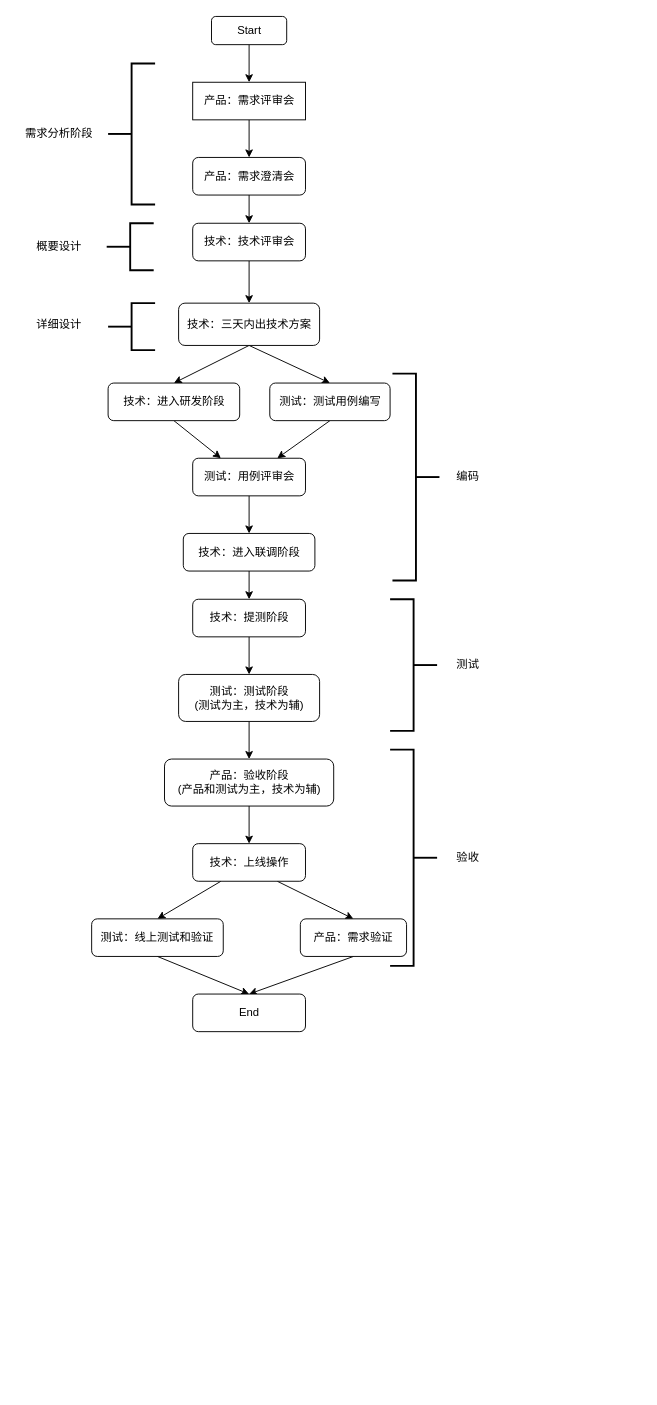
liu12fei08fei/draw-io keeps this draw.io diagram as 研发迭代流程图.drawio. Above is the earlier version. Source tidied: cells renumbered, new cells numbered last; positions are measured from the earlier drawing's top-left corner, leaving out a move shared by most shapes. Both pictures are drawn from the tidied source at 94%, with x=0, y=0 at pixel (16, 16).
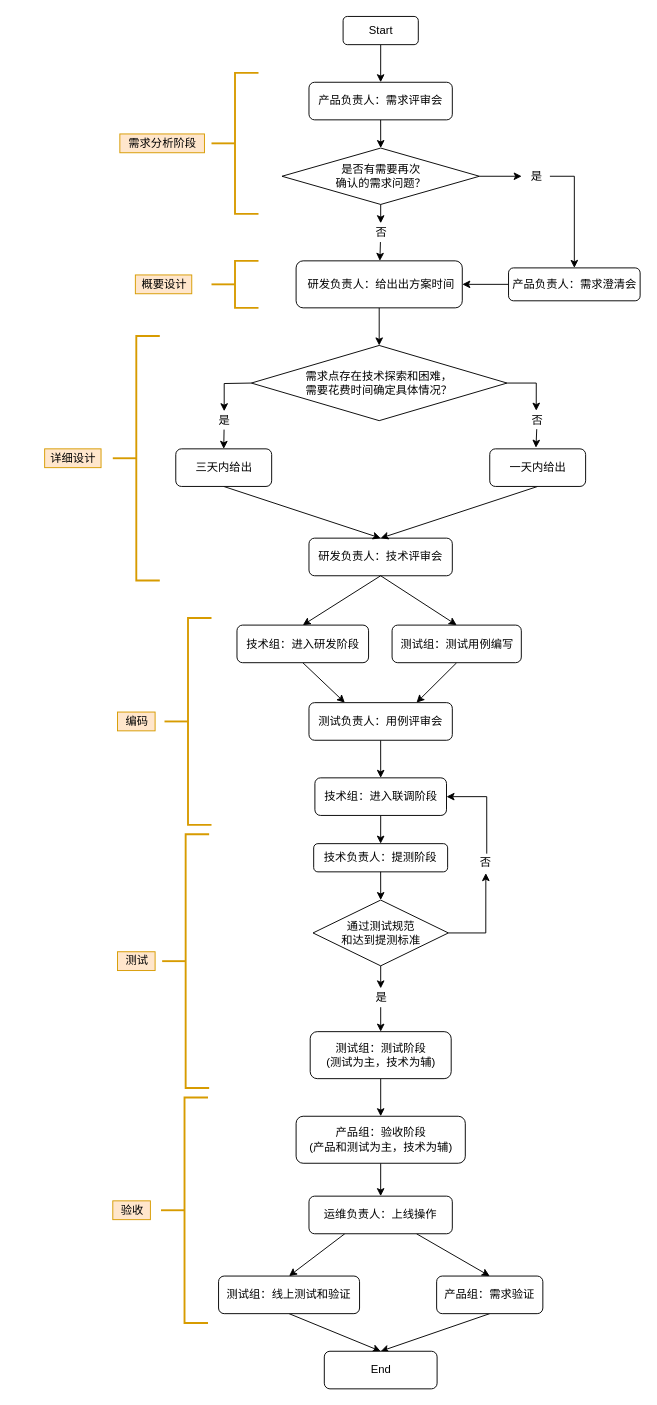
Above is the later version.

Commit message:
更新研发迭代流程图.drawio

The edit, as a diff of the source:
```diff
@@
     <mxCell id="3" value="Start" style="rounded=1;whiteSpace=wrap;html=1;" parent="1" vertex="1">
-      <mxGeometry x="207.5" width="80" height="30" as="geometry" />
+      <mxGeometry x="347.5" width="80" height="30" as="geometry" />
     </mxCell>
-    <mxCell id="4" style="edgeStyle=orthogonalEdgeStyle;rounded=0;jettySize=auto;html=1;exitX=0.5;exitY=1;exitDx=0;exitDy=0;entryX=0.5;entryY=0;entryDx=0;entryDy=0;" parent="1" edge="1" source="5" target="7">
-      <mxGeometry relative="1" as="geometry" />
-    </mxCell>
+    <mxCell id="47" style="rounded=0;jettySize=auto;html=1;exitX=0.5;exitY=1;exitDx=0;exitDy=0;entryX=0.5;entryY=0;entryDx=0;entryDy=0;" parent="1" edge="1" source="5" target="51">
+      <mxGeometry relative="1" as="geometry" />
+    </mxCell>
-    <mxCell id="5" value="产品：需求评审会" style="rounded=0;whiteSpace=wrap;html=1;" parent="1" vertex="1">
-      <mxGeometry x="187.5" y="70" width="120" height="40" as="geometry" />
+    <mxCell id="5" value="产品负责人：需求评审会" style="rounded=1;whiteSpace=wrap;html=1;" parent="1" vertex="1">
+      <mxGeometry x="311.2" y="70" width="152.5" height="40" as="geometry" />
     </mxCell>
-    <mxCell id="6" style="edgeStyle=orthogonalEdgeStyle;rounded=0;jettySize=auto;html=1;exitX=0.5;exitY=1;exitDx=0;exitDy=0;entryX=0.5;entryY=0;entryDx=0;entryDy=0;" parent="1" edge="1" source="7" target="9">
-      <mxGeometry relative="1" as="geometry" />
-    </mxCell>
+    <mxCell id="48" style="edgeStyle=none;rounded=0;jettySize=auto;html=1;exitX=0;exitY=0.5;exitDx=0;exitDy=0;entryX=1;entryY=0.5;entryDx=0;entryDy=0;" parent="1" edge="1" source="7" target="53">
+      <mxGeometry relative="1" as="geometry" />
+    </mxCell>
-    <mxCell id="7" value="产品：需求澄清会" style="rounded=1;whiteSpace=wrap;html=1;" parent="1" vertex="1">
-      <mxGeometry x="187.5" y="150" width="120" height="40" as="geometry" />
+    <mxCell id="7" value="产品负责人：需求澄清会" style="rounded=1;whiteSpace=wrap;html=1;" parent="1" vertex="1">
+      <mxGeometry x="523.5" y="267.5" width="140" height="35" as="geometry" />
     </mxCell>
-    <mxCell id="8" style="edgeStyle=orthogonalEdgeStyle;rounded=0;jettySize=auto;html=1;exitX=0.5;exitY=1;exitDx=0;exitDy=0;entryX=0.5;entryY=0;entryDx=0;entryDy=0;" parent="1" edge="1" source="9" target="12">
-      <mxGeometry relative="1" as="geometry" />
-    </mxCell>
-    <mxCell id="9" value="技术：技术评审会" style="rounded=1;whiteSpace=wrap;html=1;" parent="1" vertex="1">
-      <mxGeometry x="187.5" y="220" width="120" height="40" as="geometry" />
+    <mxCell id="9" value="研发负责人：技术评审会" style="rounded=1;whiteSpace=wrap;html=1;" parent="1" vertex="1">
+      <mxGeometry x="311.2" y="555" width="152.5" height="40" as="geometry" />
     </mxCell>
-    <mxCell id="10" style="rounded=0;jettySize=auto;html=1;exitX=0.5;exitY=1;exitDx=0;exitDy=0;entryX=0.5;entryY=0;entryDx=0;entryDy=0;" parent="1" edge="1" source="12" target="14">
+    <mxCell id="10" style="rounded=0;jettySize=auto;html=1;exitX=0.5;exitY=1;exitDx=0;exitDy=0;entryX=0.5;entryY=0;entryDx=0;entryDy=0;" parent="1" edge="1" source="9" target="14">
       <mxGeometry relative="1" as="geometry" />
     </mxCell>
-    <mxCell id="11" style="edgeStyle=none;rounded=0;jettySize=auto;html=1;exitX=0.5;exitY=1;exitDx=0;exitDy=0;entryX=0.5;entryY=0;entryDx=0;entryDy=0;" parent="1" edge="1" source="12" target="16">
+    <mxCell id="11" style="edgeStyle=none;rounded=0;jettySize=auto;html=1;exitX=0.5;exitY=1;exitDx=0;exitDy=0;entryX=0.5;entryY=0;entryDx=0;entryDy=0;" parent="1" edge="1" source="9" target="16">
       <mxGeometry relative="1" as="geometry" />
     </mxCell>
-    <mxCell id="12" value="技术：三天内出技术方案" style="rounded=1;whiteSpace=wrap;html=1;" parent="1" vertex="1">
-      <mxGeometry x="172.5" y="305" width="150" height="45" as="geometry" />
-    </mxCell>
@@
-    <mxCell id="14" value="技术：进入研发阶段" style="rounded=1;whiteSpace=wrap;html=1;" parent="1" vertex="1">
-      <mxGeometry x="97.5" y="390" width="140" height="40" as="geometry" />
+    <mxCell id="14" value="技术组：进入研发阶段" style="rounded=1;whiteSpace=wrap;html=1;" parent="1" vertex="1">
+      <mxGeometry x="234.6" y="647.5" width="140" height="40" as="geometry" />
     </mxCell>
@@
-    <mxCell id="16" value="测试：测试用例编写" style="rounded=1;whiteSpace=wrap;html=1;" parent="1" vertex="1">
-      <mxGeometry x="269.5" y="390" width="128" height="40" as="geometry" />
+    <mxCell id="16" value="测试组：测试用例编写" style="rounded=1;whiteSpace=wrap;html=1;" parent="1" vertex="1">
+      <mxGeometry x="399.6" y="647.5" width="137.5" height="40" as="geometry" />
     </mxCell>
@@
-    <mxCell id="18" value="测试：用例评审会" style="rounded=1;whiteSpace=wrap;html=1;" parent="1" vertex="1">
-      <mxGeometry x="187.5" y="470" width="120" height="40" as="geometry" />
+    <mxCell id="18" value="测试负责人：用例评审会" style="rounded=1;whiteSpace=wrap;html=1;" parent="1" vertex="1">
+      <mxGeometry x="311.2" y="730" width="152.5" height="40" as="geometry" />
     </mxCell>
@@
-    <mxCell id="20" value="技术：进入联调阶段" style="rounded=1;whiteSpace=wrap;html=1;" parent="1" vertex="1">
-      <mxGeometry x="177.5" y="550" width="140" height="40" as="geometry" />
+    <mxCell id="20" value="技术组：进入联调阶段" style="rounded=1;whiteSpace=wrap;html=1;" parent="1" vertex="1">
+      <mxGeometry x="317.5" y="810" width="140" height="40" as="geometry" />
     </mxCell>
-    <mxCell id="21" style="edgeStyle=none;rounded=0;jettySize=auto;html=1;exitX=0.5;exitY=1;exitDx=0;exitDy=0;entryX=0.5;entryY=0;entryDx=0;entryDy=0;" parent="1" edge="1" source="22" target="24">
+    <mxCell id="21" style="edgeStyle=none;rounded=0;jettySize=auto;html=1;exitX=0.5;exitY=1;exitDx=0;exitDy=0;entryX=0.5;entryY=0;entryDx=0;entryDy=0;" parent="1" edge="1" source="73" target="24">
       <mxGeometry relative="1" as="geometry" />
     </mxCell>
-    <mxCell id="22" value="技术：提测阶段" style="rounded=1;whiteSpace=wrap;html=1;" parent="1" vertex="1">
-      <mxGeometry x="187.5" y="620" width="120" height="40" as="geometry" />
+    <mxCell id="22" value="技术负责人：提测阶段" style="rounded=1;whiteSpace=wrap;html=1;" parent="1" vertex="1">
+      <mxGeometry x="316.2" y="880" width="142.5" height="30" as="geometry" />
     </mxCell>
@@
-    <mxCell id="24" value="测试：测试阶段&lt;br&gt;(测试为主，技术为辅)" style="rounded=1;whiteSpace=wrap;html=1;" parent="1" vertex="1">
-      <mxGeometry x="172.5" y="700" width="150" height="50" as="geometry" />
+    <mxCell id="24" value="测试组：测试阶段&lt;br&gt;(测试为主，技术为辅)" style="rounded=1;whiteSpace=wrap;html=1;" parent="1" vertex="1">
+      <mxGeometry x="312.5" y="1080" width="150" height="50" as="geometry" />
     </mxCell>
@@
-    <mxCell id="26" value="产品：验收阶段&lt;br&gt;(产品和测试为主，技术为辅)" style="rounded=1;whiteSpace=wrap;html=1;" parent="1" vertex="1">
-      <mxGeometry x="157.5" y="790" width="180" height="50" as="geometry" />
+    <mxCell id="26" value="产品组：验收阶段&lt;br&gt;(产品和测试为主，技术为辅)" style="rounded=1;whiteSpace=wrap;html=1;" parent="1" vertex="1">
+      <mxGeometry x="297.5" y="1170" width="180" height="50" as="geometry" />
     </mxCell>
@@
-    <mxCell id="29" value="技术：上线操作" style="rounded=1;whiteSpace=wrap;html=1;" parent="1" vertex="1">
-      <mxGeometry x="187.5" y="880" width="120" height="40" as="geometry" />
+    <mxCell id="29" value="运维负责人：上线操作" style="rounded=1;whiteSpace=wrap;html=1;" parent="1" vertex="1">
+      <mxGeometry x="311.2" y="1255" width="152.5" height="40" as="geometry" />
     </mxCell>
@@
-    <mxCell id="31" value="测试：线上测试和验证" style="rounded=1;whiteSpace=wrap;html=1;" parent="1" vertex="1">
-      <mxGeometry x="80" y="960" width="140" height="40" as="geometry" />
+    <mxCell id="31" value="测试组：线上测试和验证" style="rounded=1;whiteSpace=wrap;html=1;" parent="1" vertex="1">
+      <mxGeometry x="215" y="1340" width="150" height="40" as="geometry" />
     </mxCell>
     <mxCell id="32" style="edgeStyle=none;rounded=0;jettySize=auto;html=1;exitX=0.5;exitY=1;exitDx=0;exitDy=0;" parent="1" edge="1" source="33">
       <mxGeometry relative="1" as="geometry">
-        <mxPoint x="247.5" y="1040" as="targetPoint" />
+        <mxPoint x="387.5" y="1420" as="targetPoint" />
       </mxGeometry>
     </mxCell>
-    <mxCell id="33" value="产品：需求验证" style="rounded=1;whiteSpace=wrap;html=1;" parent="1" vertex="1">
-      <mxGeometry x="302" y="960" width="113" height="40" as="geometry" />
+    <mxCell id="33" value="产品组：需求验证" style="rounded=1;whiteSpace=wrap;html=1;" parent="1" vertex="1">
+      <mxGeometry x="447" y="1340" width="113" height="40" as="geometry" />
     </mxCell>
     <mxCell id="34" value="End" style="rounded=1;whiteSpace=wrap;html=1;" parent="1" vertex="1">
-      <mxGeometry x="187.5" y="1040" width="120" height="40" as="geometry" />
+      <mxGeometry x="327.5" y="1420" width="120" height="40" as="geometry" />
     </mxCell>
-    <mxCell id="35" style="strokeWidth=2;html=1;shape=mxgraph.flowchart.annotation_2;align=left;labelPosition=right;" parent="1" vertex="1">
-      <mxGeometry x="97.5" y="50" width="50" height="150" as="geometry" />
+    <mxCell id="35" style="strokeWidth=2;html=1;shape=mxgraph.flowchart.annotation_2;align=left;labelPosition=right;fillColor=#ffe6cc;strokeColor=#d79b00;" parent="1" vertex="1">
+      <mxGeometry x="207.5" y="60" width="50" height="150" as="geometry" />
     </mxCell>
-    <mxCell id="36" value="需求分析阶段" style="text;html=1;align=center;verticalAlign=middle;" parent="1" vertex="1">
-      <mxGeometry y="115" width="90" height="20" as="geometry" />
+    <mxCell id="36" value="需求分析阶段" style="text;html=1;align=center;verticalAlign=middle;fillColor=#ffe6cc;strokeColor=#d79b00;" parent="1" vertex="1">
+      <mxGeometry x="110" y="125" width="90" height="20" as="geometry" />
     </mxCell>
-    <mxCell id="37" style="strokeWidth=2;html=1;shape=mxgraph.flowchart.annotation_2;align=left;labelPosition=right;" parent="1" vertex="1">
-      <mxGeometry x="96" y="220" width="50" height="50" as="geometry" />
+    <mxCell id="37" style="strokeWidth=2;html=1;shape=mxgraph.flowchart.annotation_2;align=left;labelPosition=right;fillColor=#ffe6cc;strokeColor=#d79b00;" parent="1" vertex="1">
+      <mxGeometry x="207.5" y="260" width="50" height="50" as="geometry" />
     </mxCell>
-    <mxCell id="38" value="概要设计" style="text;html=1;align=center;verticalAlign=middle;" parent="1" vertex="1">
-      <mxGeometry x="15" y="235" width="60" height="20" as="geometry" />
+    <mxCell id="38" value="概要设计" style="text;html=1;align=center;verticalAlign=middle;fillColor=#ffe6cc;strokeColor=#d79b00;" parent="1" vertex="1">
+      <mxGeometry x="126.5" y="275" width="60" height="20" as="geometry" />
     </mxCell>
-    <mxCell id="39" style="strokeWidth=2;html=1;shape=mxgraph.flowchart.annotation_2;align=left;labelPosition=right;rotation=-180;" parent="1" vertex="1">
-      <mxGeometry x="400" y="380" width="50" height="220" as="geometry" />
-    </mxCell>
-    <mxCell id="40" style="strokeWidth=2;html=1;shape=mxgraph.flowchart.annotation_2;align=left;labelPosition=right;" parent="1" vertex="1">
-      <mxGeometry x="97.5" y="305" width="50" height="50" as="geometry" />
+    <mxCell id="40" style="strokeWidth=2;html=1;shape=mxgraph.flowchart.annotation_2;align=left;labelPosition=right;fillColor=#ffe6cc;strokeColor=#d79b00;" parent="1" vertex="1">
+      <mxGeometry x="102.5" y="340" width="50" height="260" as="geometry" />
     </mxCell>
-    <mxCell id="41" value="详细设计" style="text;html=1;align=center;verticalAlign=middle;" parent="1" vertex="1">
-      <mxGeometry x="15" y="317.5" width="60" height="20" as="geometry" />
+    <mxCell id="41" value="详细设计" style="text;html=1;align=center;verticalAlign=middle;fillColor=#ffe6cc;strokeColor=#d79b00;" parent="1" vertex="1">
+      <mxGeometry x="30" y="460" width="60" height="20" as="geometry" />
     </mxCell>
+    <mxCell id="49" style="edgeStyle=none;rounded=0;jettySize=auto;html=1;" parent="1" edge="1" source="61" target="53">
+      <mxGeometry relative="1" as="geometry" />
+    </mxCell>
+    <mxCell id="50" style="edgeStyle=orthogonalEdgeStyle;rounded=0;jettySize=auto;html=1;exitX=1;exitY=0.5;exitDx=0;exitDy=0;entryX=0.5;entryY=0;entryDx=0;entryDy=0;" parent="1" edge="1" source="63" target="7">
+      <mxGeometry relative="1" as="geometry" />
+    </mxCell>
+    <mxCell id="51" value="是否有需要再次&lt;br&gt;确认的需求问题？" style="rhombus;whiteSpace=wrap;html=1;" parent="1" vertex="1">
+      <mxGeometry x="282.5" y="140" width="210" height="60" as="geometry" />
+    </mxCell>
+    <mxCell id="52" style="edgeStyle=none;rounded=0;jettySize=auto;html=1;exitX=0.5;exitY=1;exitDx=0;exitDy=0;entryX=0.5;entryY=0;entryDx=0;entryDy=0;" parent="1" edge="1" source="53" target="56">
+      <mxGeometry relative="1" as="geometry" />
+    </mxCell>
+    <mxCell id="53" value="&amp;nbsp;研发负责人：给出出方案时间" style="rounded=1;whiteSpace=wrap;html=1;" parent="1" vertex="1">
+      <mxGeometry x="297.5" y="260" width="176.8" height="50" as="geometry" />
+    </mxCell>
+    <mxCell id="54" style="edgeStyle=none;rounded=0;jettySize=auto;html=1;exitX=0.496;exitY=0.976;exitDx=0;exitDy=0;entryX=0.5;entryY=0;entryDx=0;entryDy=0;exitPerimeter=0;" parent="1" edge="1" source="65" target="58">
+      <mxGeometry relative="1" as="geometry" />
+    </mxCell>
+    <mxCell id="55" style="rounded=0;jettySize=auto;html=1;exitX=0.5;exitY=0.952;exitDx=0;exitDy=0;entryX=0.482;entryY=-0.03;entryDx=0;entryDy=0;entryPerimeter=0;exitPerimeter=0;" parent="1" edge="1" source="67" target="60">
+      <mxGeometry relative="1" as="geometry" />
+    </mxCell>
+    <mxCell id="56" value="需求点存在技术探索和困难，&lt;br&gt;需要花费时间确定具体情况？" style="rhombus;whiteSpace=wrap;html=1;" parent="1" vertex="1">
+      <mxGeometry x="249.9" y="350" width="272" height="80" as="geometry" />
+    </mxCell>
+    <mxCell id="57" style="edgeStyle=none;rounded=0;jettySize=auto;html=1;exitX=0.5;exitY=1;exitDx=0;exitDy=0;entryX=0.5;entryY=0;entryDx=0;entryDy=0;" parent="1" edge="1" source="58" target="9">
+      <mxGeometry relative="1" as="geometry" />
+    </mxCell>
+    <mxCell id="58" value="三天内给出" style="rounded=1;whiteSpace=wrap;html=1;" parent="1" vertex="1">
+      <mxGeometry x="169.5" y="460" width="102" height="40" as="geometry" />
+    </mxCell>
+    <mxCell id="59" style="edgeStyle=none;rounded=0;jettySize=auto;html=1;exitX=0.5;exitY=1;exitDx=0;exitDy=0;entryX=0.5;entryY=0;entryDx=0;entryDy=0;" parent="1" edge="1" source="60" target="9">
+      <mxGeometry relative="1" as="geometry" />
+    </mxCell>
+    <mxCell id="60" value="一天内给出" style="rounded=1;whiteSpace=wrap;html=1;" parent="1" vertex="1">
+      <mxGeometry x="503.5" y="460" width="102" height="40" as="geometry" />
+    </mxCell>
+    <mxCell id="61" value="否" style="text;html=1;align=center;verticalAlign=middle;points=[];" parent="1" vertex="1">
+      <mxGeometry x="372.5" y="220" width="30" height="20" as="geometry" />
+    </mxCell>
+    <mxCell id="62" style="edgeStyle=none;rounded=0;jettySize=auto;html=1;exitX=0.5;exitY=1;exitDx=0;exitDy=0;" parent="1" edge="1" source="51" target="61">
+      <mxGeometry relative="1" as="geometry" />
+    </mxCell>
+    <mxCell id="63" value="是" style="text;html=1;align=center;verticalAlign=middle;points=[];" parent="1" vertex="1">
+      <mxGeometry x="537.5" y="160" width="30" height="20" as="geometry" />
+    </mxCell>
+    <mxCell id="64" style="rounded=0;jettySize=auto;html=1;exitX=1;exitY=0.5;exitDx=0;exitDy=0;" parent="1" edge="1" source="51" target="63">
+      <mxGeometry relative="1" as="geometry" />
+    </mxCell>
+    <mxCell id="65" value="是" style="text;html=1;align=center;verticalAlign=middle;points=[];" parent="1" vertex="1">
+      <mxGeometry x="206" y="420" width="30" height="20" as="geometry" />
+    </mxCell>
+    <mxCell id="66" style="edgeStyle=orthogonalEdgeStyle;rounded=0;jettySize=auto;html=1;entryX=0.5;entryY=0;entryDx=0;entryDy=0;" parent="1" edge="1" target="65">
+      <mxGeometry relative="1" as="geometry">
+        <mxPoint x="250" y="390" as="sourcePoint" />
+      </mxGeometry>
+    </mxCell>
+    <mxCell id="67" value="否" style="text;html=1;align=center;verticalAlign=middle;points=[];" parent="1" vertex="1">
+      <mxGeometry x="538.5" y="420" width="30" height="20" as="geometry" />
+    </mxCell>
+    <mxCell id="68" style="edgeStyle=orthogonalEdgeStyle;rounded=0;jettySize=auto;html=1;exitX=1;exitY=0.5;exitDx=0;exitDy=0;entryX=0.482;entryY=-0.03;entryDx=0;entryDy=0;entryPerimeter=0;" parent="1" edge="1" source="56" target="67">
+      <mxGeometry relative="1" as="geometry" />
+    </mxCell>
+    <mxCell id="69" style="edgeStyle=orthogonalEdgeStyle;rounded=0;jettySize=auto;html=1;exitX=0.561;exitY=0.033;exitDx=0;exitDy=0;entryX=1;entryY=0.5;entryDx=0;entryDy=0;exitPerimeter=0;" parent="1" edge="1" source="75" target="20">
+      <mxGeometry relative="1" as="geometry" />
+    </mxCell>
+    <mxCell id="70" style="edgeStyle=orthogonalEdgeStyle;rounded=0;jettySize=auto;html=1;exitX=1;exitY=0.5;exitDx=0;exitDy=0;entryX=0.528;entryY=1.067;entryDx=0;entryDy=0;entryPerimeter=0;" parent="1" edge="1" source="71" target="75">
+      <mxGeometry relative="1" as="geometry" />
+    </mxCell>
+    <mxCell id="71" value="通过测试规范&lt;br&gt;和达到提测标准" style="rhombus;whiteSpace=wrap;html=1;rounded=0;" parent="1" vertex="1">
+      <mxGeometry x="315.5" y="940" width="144" height="70" as="geometry" />
+    </mxCell>
+    <mxCell id="72" style="edgeStyle=none;rounded=0;jettySize=auto;html=1;exitX=0.5;exitY=1;exitDx=0;exitDy=0;entryX=0.5;entryY=0;entryDx=0;entryDy=0;" parent="1" edge="1" source="22" target="71">
+      <mxGeometry relative="1" as="geometry" />
+    </mxCell>
+    <mxCell id="73" value="是" style="text;html=1;align=center;verticalAlign=middle;points=[];" parent="1" vertex="1">
+      <mxGeometry x="372.5" y="1034" width="30" height="20" as="geometry" />
+    </mxCell>
+    <mxCell id="74" style="edgeStyle=none;rounded=0;jettySize=auto;html=1;exitX=0.5;exitY=1;exitDx=0;exitDy=0;entryX=0.5;entryY=0;entryDx=0;entryDy=0;" parent="1" edge="1" source="71" target="73">
+      <mxGeometry relative="1" as="geometry" />
+    </mxCell>
+    <mxCell id="75" value="否" style="text;html=1;align=center;verticalAlign=middle;points=[];" parent="1" vertex="1">
+      <mxGeometry x="483.5" y="890" width="30" height="20" as="geometry" />
+    </mxCell>
+    <mxCell id="76" style="strokeWidth=2;html=1;shape=mxgraph.flowchart.annotation_2;align=left;labelPosition=right;fillColor=#ffe6cc;strokeColor=#d79b00;" parent="1" vertex="1">
+      <mxGeometry x="157.5" y="640" width="50" height="220" as="geometry" />
+    </mxCell>
-    <mxCell id="42" value="编码" style="text;html=1;align=center;verticalAlign=middle;" parent="1" vertex="1">
-      <mxGeometry x="460" y="480" width="40" height="20" as="geometry" />
+    <mxCell id="42" value="编码" style="text;html=1;align=center;verticalAlign=middle;fillColor=#ffe6cc;strokeColor=#d79b00;" parent="1" vertex="1">
+      <mxGeometry x="107.5" y="740" width="40" height="20" as="geometry" />
     </mxCell>
-    <mxCell id="43" style="strokeWidth=2;html=1;shape=mxgraph.flowchart.annotation_2;align=left;labelPosition=right;rotation=-180;" parent="1" vertex="1">
-      <mxGeometry x="397.5" y="620" width="50" height="140" as="geometry" />
-    </mxCell>
+    <mxCell id="77" style="strokeWidth=2;html=1;shape=mxgraph.flowchart.annotation_2;align=left;labelPosition=right;fillColor=#ffe6cc;strokeColor=#d79b00;" parent="1" vertex="1">
+      <mxGeometry x="155" y="870" width="50" height="270" as="geometry" />
+    </mxCell>
-    <mxCell id="44" value="测试" style="text;html=1;align=center;verticalAlign=middle;" parent="1" vertex="1">
-      <mxGeometry x="460" y="680" width="40" height="20" as="geometry" />
+    <mxCell id="44" value="测试" style="text;html=1;align=center;verticalAlign=middle;fillColor=#ffe6cc;strokeColor=#d79b00;" parent="1" vertex="1">
+      <mxGeometry x="107.5" y="995" width="40" height="20" as="geometry" />
     </mxCell>
-    <mxCell id="45" style="strokeWidth=2;html=1;shape=mxgraph.flowchart.annotation_2;align=left;labelPosition=right;rotation=-180;" parent="1" vertex="1">
-      <mxGeometry x="397.5" y="780" width="50" height="230" as="geometry" />
-    </mxCell>
+    <mxCell id="78" style="strokeWidth=2;html=1;shape=mxgraph.flowchart.annotation_2;align=left;labelPosition=right;fillColor=#ffe6cc;strokeColor=#d79b00;" parent="1" vertex="1">
+      <mxGeometry x="153.8" y="1150" width="50" height="240" as="geometry" />
+    </mxCell>
-    <mxCell id="46" value="验收" style="text;html=1;align=center;verticalAlign=middle;" parent="1" vertex="1">
-      <mxGeometry x="460" y="885" width="40" height="20" as="geometry" />
+    <mxCell id="46" value="验收" style="text;html=1;align=center;verticalAlign=middle;fillColor=#ffe6cc;strokeColor=#d79b00;" parent="1" vertex="1">
+      <mxGeometry x="102.5" y="1260" width="40" height="20" as="geometry" />
     </mxCell>
```
